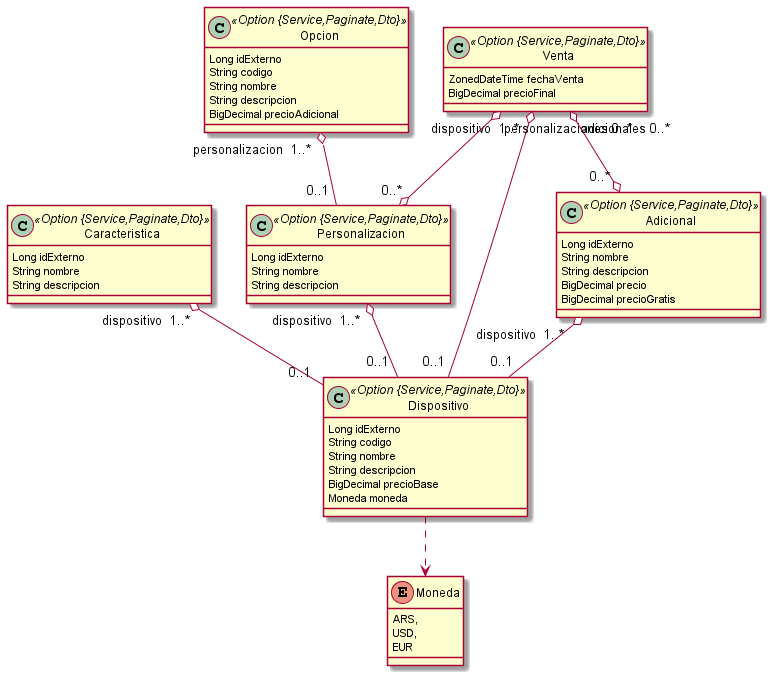
Earlier version of the PlantUML export Jhipster-jdl.png (franespinola/Programacion2_JDL).
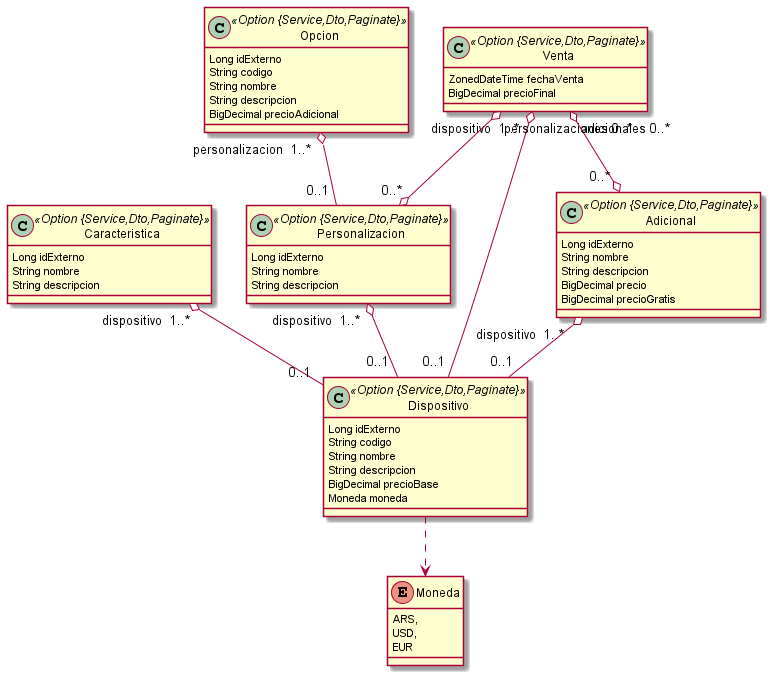
After the commit.

Diff of the diagram source:
```diff
@@ -1,6 +1,6 @@
 @startuml
 	!pragma syntax class
-	class Dispositivo <<Option {Service,Paginate,Dto}>> {
+	class Dispositivo <<Option {Service,Dto,Paginate}>> {
 		Long idExterno
 		String codigo
 		String nombre
@@ -9,31 +9,31 @@
 		Moneda moneda
 	}
 	Dispositivo ..> Moneda
-	class Caracteristica <<Option {Service,Paginate,Dto}>> {
+	class Caracteristica <<Option {Service,Dto,Paginate}>> {
 		Long idExterno
 		String nombre
 		String descripcion
 	}
-	class Personalizacion <<Option {Service,Paginate,Dto}>> {
+	class Personalizacion <<Option {Service,Dto,Paginate}>> {
 		Long idExterno
 		String nombre
 		String descripcion
 	}
-	class Opcion <<Option {Service,Paginate,Dto}>> {
+	class Opcion <<Option {Service,Dto,Paginate}>> {
 		Long idExterno
 		String codigo
 		String nombre
 		String descripcion
 		BigDecimal precioAdicional
 	}
-	class Adicional <<Option {Service,Paginate,Dto}>> {
+	class Adicional <<Option {Service,Dto,Paginate}>> {
 		Long idExterno
 		String nombre
 		String descripcion
 		BigDecimal precio
 		BigDecimal precioGratis
 	}
-	class Venta <<Option {Service,Paginate,Dto}>> {
+	class Venta <<Option {Service,Dto,Paginate}>> {
 		ZonedDateTime fechaVenta
 		BigDecimal precioFinal
 	}
```
